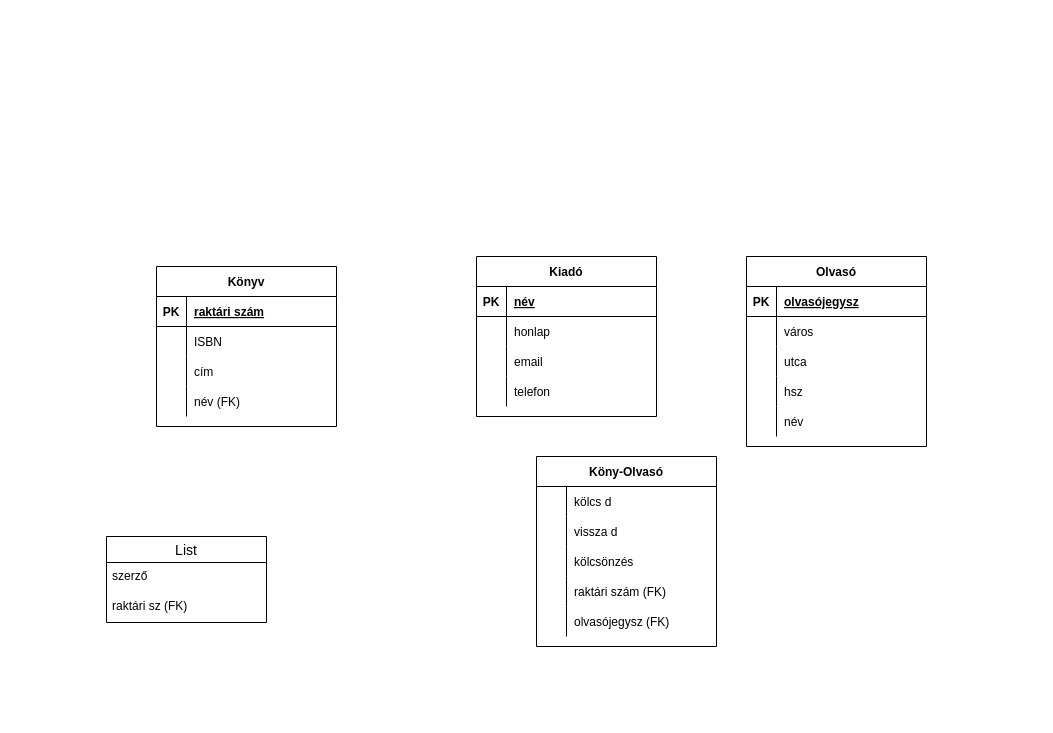
Above: HEPMIU_1004/hepmiu_4.2.drawio in urbanoliver/HEPMIU_DB1Gyak (draw.io), before the change. Source tidied: cells renumbered, new cells numbered last; positions are measured from the earlier drawing's top-left corner, leaving out a move shared by most shapes. Both pictures are drawn from the tidied source at 100%, with x=0, y=0 at pixel (106, 256).
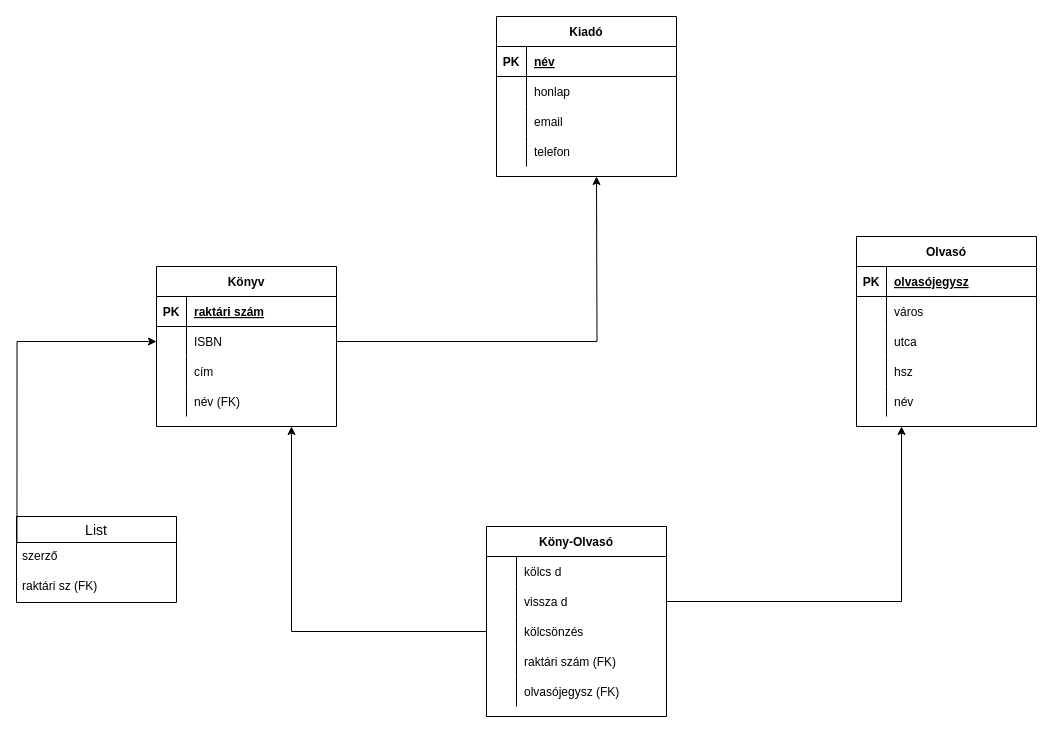
The same page after the edit.

The change refers to these unchanged cells:
```xml
<mxCell id="18" value="Könyv" style="shape=table;startSize=30;childLayout=tableLayout;rowLines=0;fontStyle=1;align=center;" parent="1" vertex="1">
  <mxGeometry x="50" y="10" width="180" height="160" as="geometry" />
</mxCell>
<mxCell id="22" style="shape=tableRow;horizontal=0;startSize=0;swimlaneHead=0;swimlaneBody=0;fillColor=none;points=[[0,0.5],[1,0.5]];portConstraint=eastwest;top=0;left=0;right=0;bottom=0;" parent="18" vertex="1">
  <mxGeometry y="60" width="180" height="30" as="geometry" />
</mxCell>
<mxCell id="48" style="shape=tableRow;horizontal=0;startSize=0;swimlaneHead=0;swimlaneBody=0;fillColor=none;points=[[0,0.5],[1,0.5]];portConstraint=eastwest;top=0;left=0;right=0;bottom=0;" parent="44" vertex="1">
  <mxGeometry y="60" width="180" height="30" as="geometry" />
</mxCell>
<mxCell id="51" style="shape=tableRow;horizontal=0;startSize=0;swimlaneHead=0;swimlaneBody=0;fillColor=none;points=[[0,0.5],[1,0.5]];portConstraint=eastwest;top=0;left=0;right=0;bottom=0;" parent="44" vertex="1">
  <mxGeometry y="90" width="180" height="30" as="geometry" />
</mxCell>
<mxCell id="61" value="szerző" style="text;strokeColor=none;fillColor=none;spacingLeft=4;spacingRight=4;overflow=hidden;points=[[0,0.5],[1,0.5]];portConstraint=eastwest;fontSize=12;" parent="60" vertex="1">
  <mxGeometry y="26" width="160" height="30" as="geometry" />
</mxCell>
```

What changed in the source:
```diff
@@
     <mxCell id="2" value="Olvasó" style="shape=table;startSize=30;childLayout=tableLayout;rowLines=0;fontStyle=1;align=center;" parent="1" vertex="1">
-      <mxGeometry x="640" width="180" height="190" as="geometry" />
+      <mxGeometry x="750" y="-20" width="180" height="190" as="geometry" />
     </mxCell>
@@
     <mxCell id="31" value="Kiadó" style="shape=table;startSize=30;childLayout=tableLayout;rowLines=0;fontStyle=1;align=center;" parent="1" vertex="1">
-      <mxGeometry x="370" width="180" height="160" as="geometry" />
+      <mxGeometry x="390" y="-240" width="180" height="160" as="geometry" />
     </mxCell>
@@
     <mxCell id="44" value="Köny-Olvasó" style="shape=table;startSize=30;childLayout=tableLayout;rowLines=0;fontStyle=1;align=center;" parent="1" vertex="1">
-      <mxGeometry x="430" y="200" width="180" height="190" as="geometry" />
+      <mxGeometry x="380" y="270" width="180" height="190" as="geometry" />
     </mxCell>
@@
     <mxCell id="60" value="List" style="swimlane;fontStyle=0;horizontal=1;startSize=26;align=center;fontSize=14;" parent="1" vertex="1">
-      <mxGeometry y="280" width="160" height="86" as="geometry" />
+      <mxGeometry x="-90" y="260" width="160" height="86" as="geometry" />
     </mxCell>
@@
+    <mxCell id="63" style="endArrow=classic;html=1;rounded=0;exitX=0.003;exitY=0;exitDx=0;exitDy=0;exitPerimeter=0;entryX=0;entryY=0.5;entryDx=0;entryDy=0;edgeStyle=orthogonalEdgeStyle;" parent="1" edge="1" source="61" target="22">
+      <mxGeometry relative="1" as="geometry" />
+    </mxCell>
+    <mxCell id="64" style="endArrow=classic;html=1;rounded=0;exitX=0;exitY=0.5;exitDx=0;exitDy=0;entryX=0.75;entryY=1;entryDx=0;entryDy=0;edgeStyle=orthogonalEdgeStyle;" parent="1" edge="1" source="51" target="18">
+      <mxGeometry relative="1" as="geometry" />
+    </mxCell>
+    <mxCell id="65" style="endArrow=classic;html=1;rounded=0;exitX=1;exitY=0.5;exitDx=0;exitDy=0;entryX=0.25;entryY=1;entryDx=0;entryDy=0;edgeStyle=orthogonalEdgeStyle;" parent="1" edge="1" source="48" target="2">
+      <mxGeometry relative="1" as="geometry" />
+    </mxCell>
+    <mxCell id="66" style="endArrow=classic;html=1;rounded=0;exitX=1;exitY=0.5;exitDx=0;exitDy=0;edgeStyle=orthogonalEdgeStyle;" parent="1" edge="1" source="22">
+      <mxGeometry relative="1" as="geometry">
+        <mxPoint x="490" y="-80" as="targetPoint" />
+      </mxGeometry>
+    </mxCell>
```
